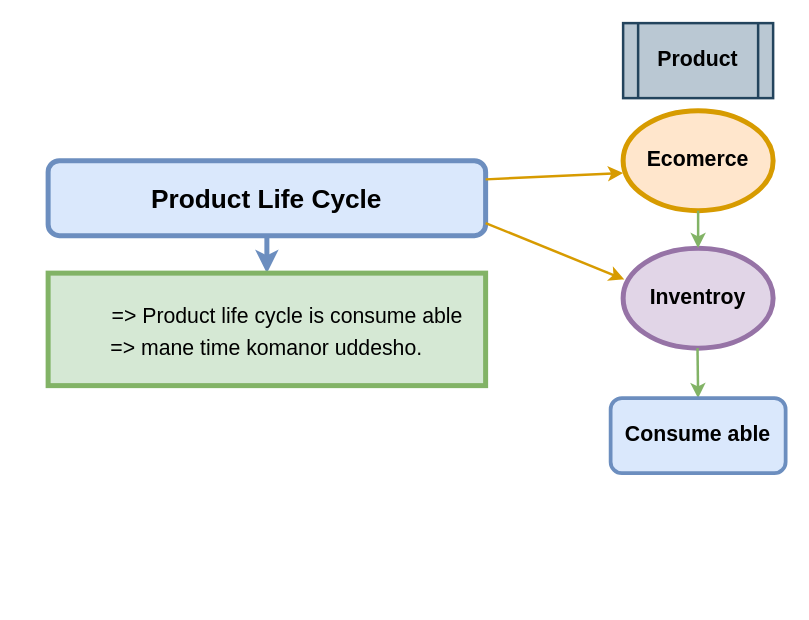
The draw.io diagram page "Page-1" (1 of 2) of Untitled Diagram.drawio in MaidulSk/test_demo, before the edit. Source tidied: cells renumbered, new cells numbered last; positions are measured from the earlier drawing's top-left corner, leaving out a move shared by most shapes. Both pictures are drawn from the tidied source at 125%, with x=0, y=0 at pixel (48, 22).
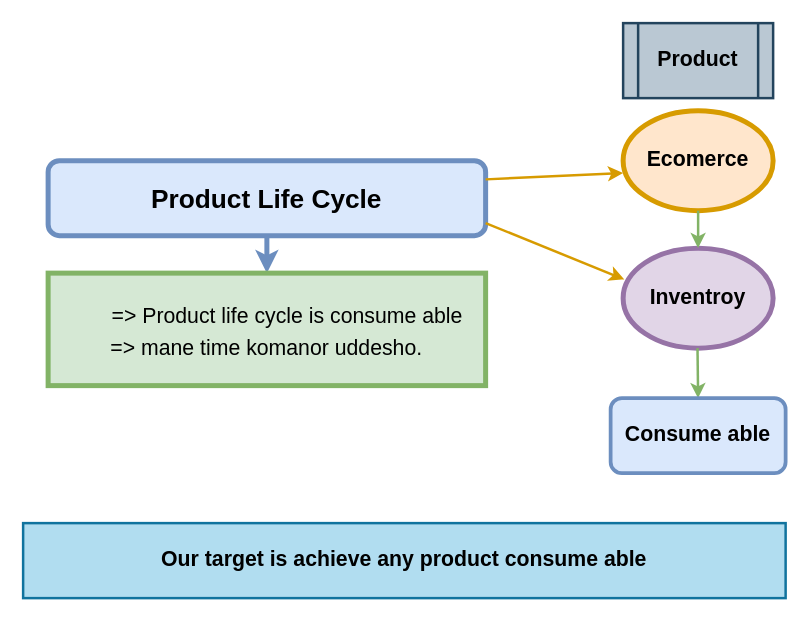
Above is the later version.

Change to the diagram source:
```diff
@@
 <mxGraphModel>
   <root>
     <mxCell id="0" />
     <mxCell id="1" parent="0" />
     <mxCell id="2" value="&lt;font style=&quot;font-size: 21px&quot;&gt;Product Life Cycle&lt;/font&gt;" style="rounded=1;whiteSpace=wrap;html=1;strokeWidth=4;fontStyle=1;fillColor=#dae8fc;strokeColor=#6c8ebf;" parent="1" vertex="1">
       <mxGeometry y="110" width="350" height="60" as="geometry" />
     </mxCell>
     <mxCell id="3" style="endArrow=classic;html=1;rounded=0;fontSize=21;exitX=0.5;exitY=1;exitDx=0;exitDy=0;strokeWidth=4;fillColor=#dae8fc;strokeColor=#6c8ebf;" parent="1" edge="1" source="2" target="4">
       <mxGeometry relative="1" as="geometry" />
     </mxCell>
     <mxCell id="4" value="&lt;font style=&quot;font-size: 17px&quot;&gt;&amp;nbsp; &amp;nbsp; &amp;nbsp; &amp;nbsp;=&amp;gt; Product life cycle is consume able&lt;br&gt;=&amp;gt; mane time komanor uddesho.&lt;br&gt;&lt;/font&gt;" style="rounded=0;whiteSpace=wrap;html=1;fontSize=21;strokeWidth=4;fillColor=#d5e8d4;strokeColor=#82b366;" parent="1" vertex="1">
       <mxGeometry y="200" width="350" height="90" as="geometry" />
     </mxCell>
     <mxCell id="5" value="&lt;b&gt;Ecomerce&lt;/b&gt;" style="ellipse;whiteSpace=wrap;html=1;fontSize=17;strokeWidth=4;fillColor=#ffe6cc;strokeColor=#d79b00;" parent="1" vertex="1">
       <mxGeometry x="460" y="70" width="120" height="80" as="geometry" />
     </mxCell>
     <mxCell id="6" style="endArrow=classic;html=1;rounded=0;fontSize=17;strokeWidth=2;fillColor=#ffe6cc;strokeColor=#d79b00;exitX=1;exitY=0.25;exitDx=0;exitDy=0;" parent="1" edge="1" source="2">
       <mxGeometry relative="1" as="geometry">
         <mxPoint x="460" y="120" as="targetPoint" />
       </mxGeometry>
     </mxCell>
     <mxCell id="7" style="endArrow=classic;html=1;rounded=0;fontSize=17;strokeWidth=2;fillColor=#ffe6cc;strokeColor=#d79b00;entryX=0.008;entryY=0.313;entryDx=0;entryDy=0;entryPerimeter=0;" parent="1" edge="1" target="8">
       <mxGeometry relative="1" as="geometry">
         <mxPoint x="350" y="160" as="sourcePoint" />
       </mxGeometry>
     </mxCell>
     <mxCell id="8" value="&lt;b&gt;Inventroy&lt;/b&gt;" style="ellipse;whiteSpace=wrap;html=1;fontSize=17;strokeWidth=4;fillColor=#e1d5e7;strokeColor=#9673a6;" parent="1" vertex="1">
       <mxGeometry x="460" y="180" width="120" height="80" as="geometry" />
     </mxCell>
     <mxCell id="9" style="endArrow=classic;html=1;rounded=0;fontSize=17;strokeWidth=2;exitX=0.5;exitY=1;exitDx=0;exitDy=0;entryX=0.5;entryY=0;entryDx=0;entryDy=0;fillColor=#d5e8d4;strokeColor=#82b366;" parent="1" edge="1" source="5" target="8">
       <mxGeometry relative="1" as="geometry" />
     </mxCell>
     <mxCell id="10" style="endArrow=classic;html=1;rounded=0;fontSize=17;strokeWidth=2;exitX=0.5;exitY=1;exitDx=0;exitDy=0;fillColor=#d5e8d4;strokeColor=#82b366;" parent="1" edge="1">
       <mxGeometry relative="1" as="geometry">
         <mxPoint x="519.5" y="260" as="sourcePoint" />
         <mxPoint x="520" y="300" as="targetPoint" />
       </mxGeometry>
     </mxCell>
     <mxCell id="11" value="&lt;b&gt;Consume able&lt;/b&gt;" style="rounded=1;whiteSpace=wrap;html=1;fontSize=17;strokeWidth=3;fillColor=#dae8fc;strokeColor=#6c8ebf;" parent="1" vertex="1">
       <mxGeometry x="450" y="300" width="140" height="60" as="geometry" />
     </mxCell>
     <mxCell id="12" value="&lt;b&gt;Product&lt;/b&gt;" style="shape=process;whiteSpace=wrap;html=1;backgroundOutline=1;fontSize=17;strokeWidth=2;fillColor=#bac8d3;strokeColor=#23445d;" parent="1" vertex="1">
       <mxGeometry x="460" width="120" height="60" as="geometry" />
     </mxCell>
+    <mxCell id="13" value="&lt;b&gt;Our target is achieve any product consume able&lt;/b&gt;" style="rounded=0;whiteSpace=wrap;html=1;fontSize=17;strokeWidth=2;fillColor=#b1ddf0;strokeColor=#10739e;" parent="1" vertex="1">
+      <mxGeometry x="-20" y="400" width="610" height="60" as="geometry" />
+    </mxCell>
   </root>
 </mxGraphModel>
```
